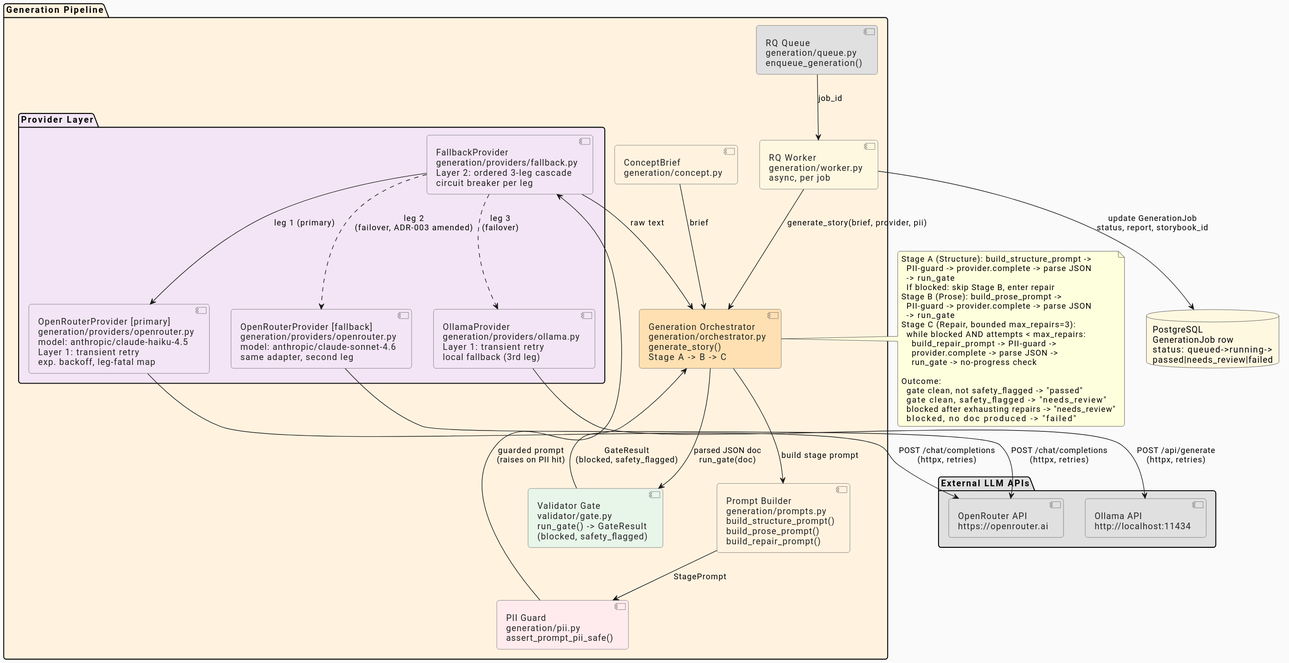
Earlier version of the PlantUML export docs/architecture/diagrams/component-generation.svg (ByronWilliamsCPA/cyo-adventure).
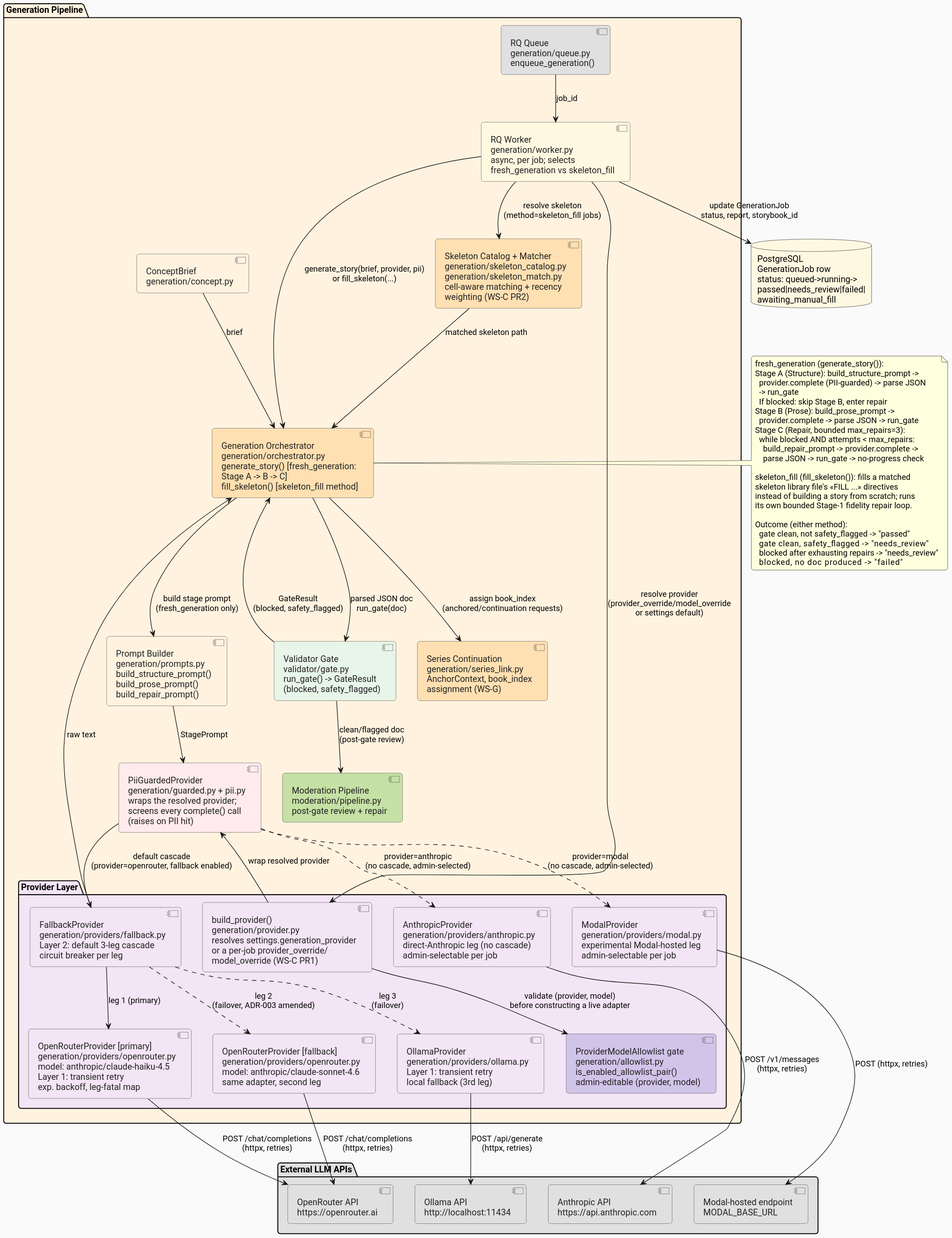
The same diagram one commit later.

The edit, as a diff of the source:
```diff
@@ -14,66 +14,97 @@
 
   component "ConceptBrief\ngeneration/concept.py" as concept #FFF3E0
 
-  component "PII Guard\ngeneration/pii.py\nassert_prompt_pii_safe()" as pii #FFEBEE
+  component "Skeleton Catalog + Matcher\ngeneration/skeleton_catalog.py\ngeneration/skeleton_match.py\ncell-aware matching + recency\nweighting (WS-C PR2)" as skeleton_match #FFE0B2
+
+  component "PiiGuardedProvider\ngeneration/guarded.py + pii.py\nwraps the resolved provider;\nscreens every complete() call\n(raises on PII hit)" as pii #FFEBEE
 
   component "Prompt Builder\ngeneration/prompts.py\nbuild_structure_prompt()\nbuild_prose_prompt()\nbuild_repair_prompt()" as prompts #FFF3E0
 
-  component "Generation Orchestrator\ngeneration/orchestrator.py\ngenerate_story()\nStage A -> B -> C" as orchestrator #FFE0B2
+  component "Generation Orchestrator\ngeneration/orchestrator.py\ngenerate_story() [fresh_generation:\nStage A -> B -> C]\nfill_skeleton() [skeleton_fill method]" as orchestrator #FFE0B2
+
+  component "Series Continuation\ngeneration/series_link.py\nAnchorContext, book_index\nassignment (WS-G)" as series_link #FFE0B2
 
   package "Provider Layer" #F3E5F5 {
-    component "FallbackProvider\ngeneration/providers/fallback.py\nLayer 2: ordered 3-leg cascade\ncircuit breaker per leg" as fallback #F3E5F5
+    component "ProviderModelAllowlist gate\ngeneration/allowlist.py\nis_enabled_allowlist_pair()\nadmin-editable (provider, model)" as allowlist #D1C4E9
+
+    component "build_provider()\ngeneration/provider.py\nresolves settings.generation_provider\nor a per-job provider_override/\nmodel_override (WS-C PR1)" as build_provider #F3E5F5
+
+    component "FallbackProvider\ngeneration/providers/fallback.py\nLayer 2: default 3-leg cascade\ncircuit breaker per leg" as fallback #F3E5F5
 
     component "OpenRouterProvider [primary]\ngeneration/providers/openrouter.py\nmodel: anthropic/claude-haiku-4.5\nLayer 1: transient retry\nexp. backoff, leg-fatal map" as openrouter #F3E5F5
 
     component "OpenRouterProvider [fallback]\ngeneration/providers/openrouter.py\nmodel: anthropic/claude-sonnet-4.6\nsame adapter, second leg" as openrouter_fb #F3E5F5
 
     component "OllamaProvider\ngeneration/providers/ollama.py\nLayer 1: transient retry\nlocal fallback (3rd leg)" as ollama_prov #F3E5F5
+
+    component "AnthropicProvider\ngeneration/providers/anthropic.py\ndirect-Anthropic leg (no cascade)\nadmin-selectable per job" as anthropic_prov #F3E5F5
+
+    component "ModalProvider\ngeneration/providers/modal.py\nexperimental Modal-hosted leg\nadmin-selectable per job" as modal_prov #F3E5F5
   }
 
   component "Validator Gate\nvalidator/gate.py\nrun_gate() -> GateResult\n(blocked, safety_flagged)" as gate #E8F5E9
 
+  component "Moderation Pipeline\nmoderation/pipeline.py\npost-gate review + repair" as moderation_pipe #C5E1A5
+
   component "RQ Queue\ngeneration/queue.py\nenqueue_generation()" as queue #E0E0E0
 
-  component "RQ Worker\ngeneration/worker.py\nasync, per job" as worker_comp #FFF8E1
+  component "RQ Worker\ngeneration/worker.py\nasync, per job; selects\nfresh_generation vs skeleton_fill" as worker_comp #FFF8E1
 
 }
 
 package "External LLM APIs" #E0E0E0 {
   component "OpenRouter API\nhttps://openrouter.ai" as or_api #E0E0E0
   component "Ollama API\nhttp://localhost:11434" as ol_api #E0E0E0
+  component "Anthropic API\nhttps://api.anthropic.com" as anthropic_api #E0E0E0
+  component "Modal-hosted endpoint\nMODAL_BASE_URL" as modal_api #E0E0E0
 }
 
-database "PostgreSQL\nGenerationJob row\nstatus: queued->running->\npassed|needs_review|failed" as pg #FFF8E1
+database "PostgreSQL\nGenerationJob row\nstatus: queued->running->\npassed|needs_review|failed|\nawaiting_manual_fill" as pg #FFF8E1
 
 concept --> orchestrator : "brief"
-orchestrator --> prompts : "build stage prompt"
+worker_comp --> skeleton_match : "resolve skeleton\n(method=skeleton_fill jobs)"
+skeleton_match --> orchestrator : "matched skeleton path"
+orchestrator --> series_link : "assign book_index\n(anchored/continuation requests)"
+orchestrator --> prompts : "build stage prompt\n(fresh_generation only)"
 prompts --> pii : "StagePrompt"
-pii --> fallback : "guarded prompt\n(raises on PII hit)"
+worker_comp --> build_provider : "resolve provider\n(provider_override/model_override\nor settings default)"
+build_provider --> allowlist : "validate (provider, model)\nbefore constructing a live adapter"
+build_provider --> pii : "wrap resolved provider"
+pii --> fallback : "default cascade\n(provider=openrouter, fallback enabled)"
 fallback --> openrouter : "leg 1 (primary)"
 fallback ..> openrouter_fb : "leg 2\n(failover, ADR-003 amended)"
 fallback ..> ollama_prov : "leg 3\n(failover)"
+pii ..> anthropic_prov : "provider=anthropic\n(no cascade, admin-selected)"
+pii ..> modal_prov : "provider=modal\n(no cascade, admin-selected)"
 openrouter --> or_api : "POST /chat/completions\n(httpx, retries)"
 openrouter_fb --> or_api : "POST /chat/completions\n(httpx, retries)"
 ollama_prov --> ol_api : "POST /api/generate\n(httpx, retries)"
+anthropic_prov --> anthropic_api : "POST /v1/messages\n(httpx, retries)"
+modal_prov --> modal_api : "POST (httpx, retries)"
 fallback --> orchestrator : "raw text"
 orchestrator --> gate : "parsed JSON doc\nrun_gate(doc)"
 gate --> orchestrator : "GateResult\n(blocked, safety_flagged)"
+gate --> moderation_pipe : "clean/flagged doc\n(post-gate review)"
 
 note right of orchestrator
+  fresh_generation (generate_story()):
   Stage A (Structure): build_structure_prompt ->
-    PII-guard -> provider.complete -> parse JSON
+    provider.complete (PII-guarded) -> parse JSON
     -> run_gate
     If blocked: skip Stage B, enter repair
   Stage B (Prose): build_prose_prompt ->
-    PII-guard -> provider.complete -> parse JSON
-    -> run_gate
+    provider.complete -> parse JSON -> run_gate
   Stage C (Repair, bounded max_repairs=3):
     while blocked AND attempts < max_repairs:
-      build_repair_prompt -> PII-guard ->
-      provider.complete -> parse JSON ->
-      run_gate -> no-progress check
+      build_repair_prompt -> provider.complete ->
+      parse JSON -> run_gate -> no-progress check
 
-  Outcome:
+  skeleton_fill (fill_skeleton()): fills a matched
+  skeleton library file's <<FILL ...>> directives
+  instead of building a story from scratch; runs
+  its own bounded Stage-1 fidelity repair loop.
+
+  Outcome (either method):
     gate clean, not safety_flagged  -> "passed"
     gate clean, safety_flagged       -> "needs_review"
     blocked after exhausting repairs -> "needs_review"
@@ -81,6 +112,6 @@
 end note
 
 queue --> worker_comp : "job_id"
-worker_comp --> orchestrator : "generate_story(brief, provider, pii)"
+worker_comp --> orchestrator : "generate_story(brief, provider, pii)\nor fill_skeleton(...)"
 worker_comp --> pg : "update GenerationJob\nstatus, report, storybook_id"
 @enduml
```
